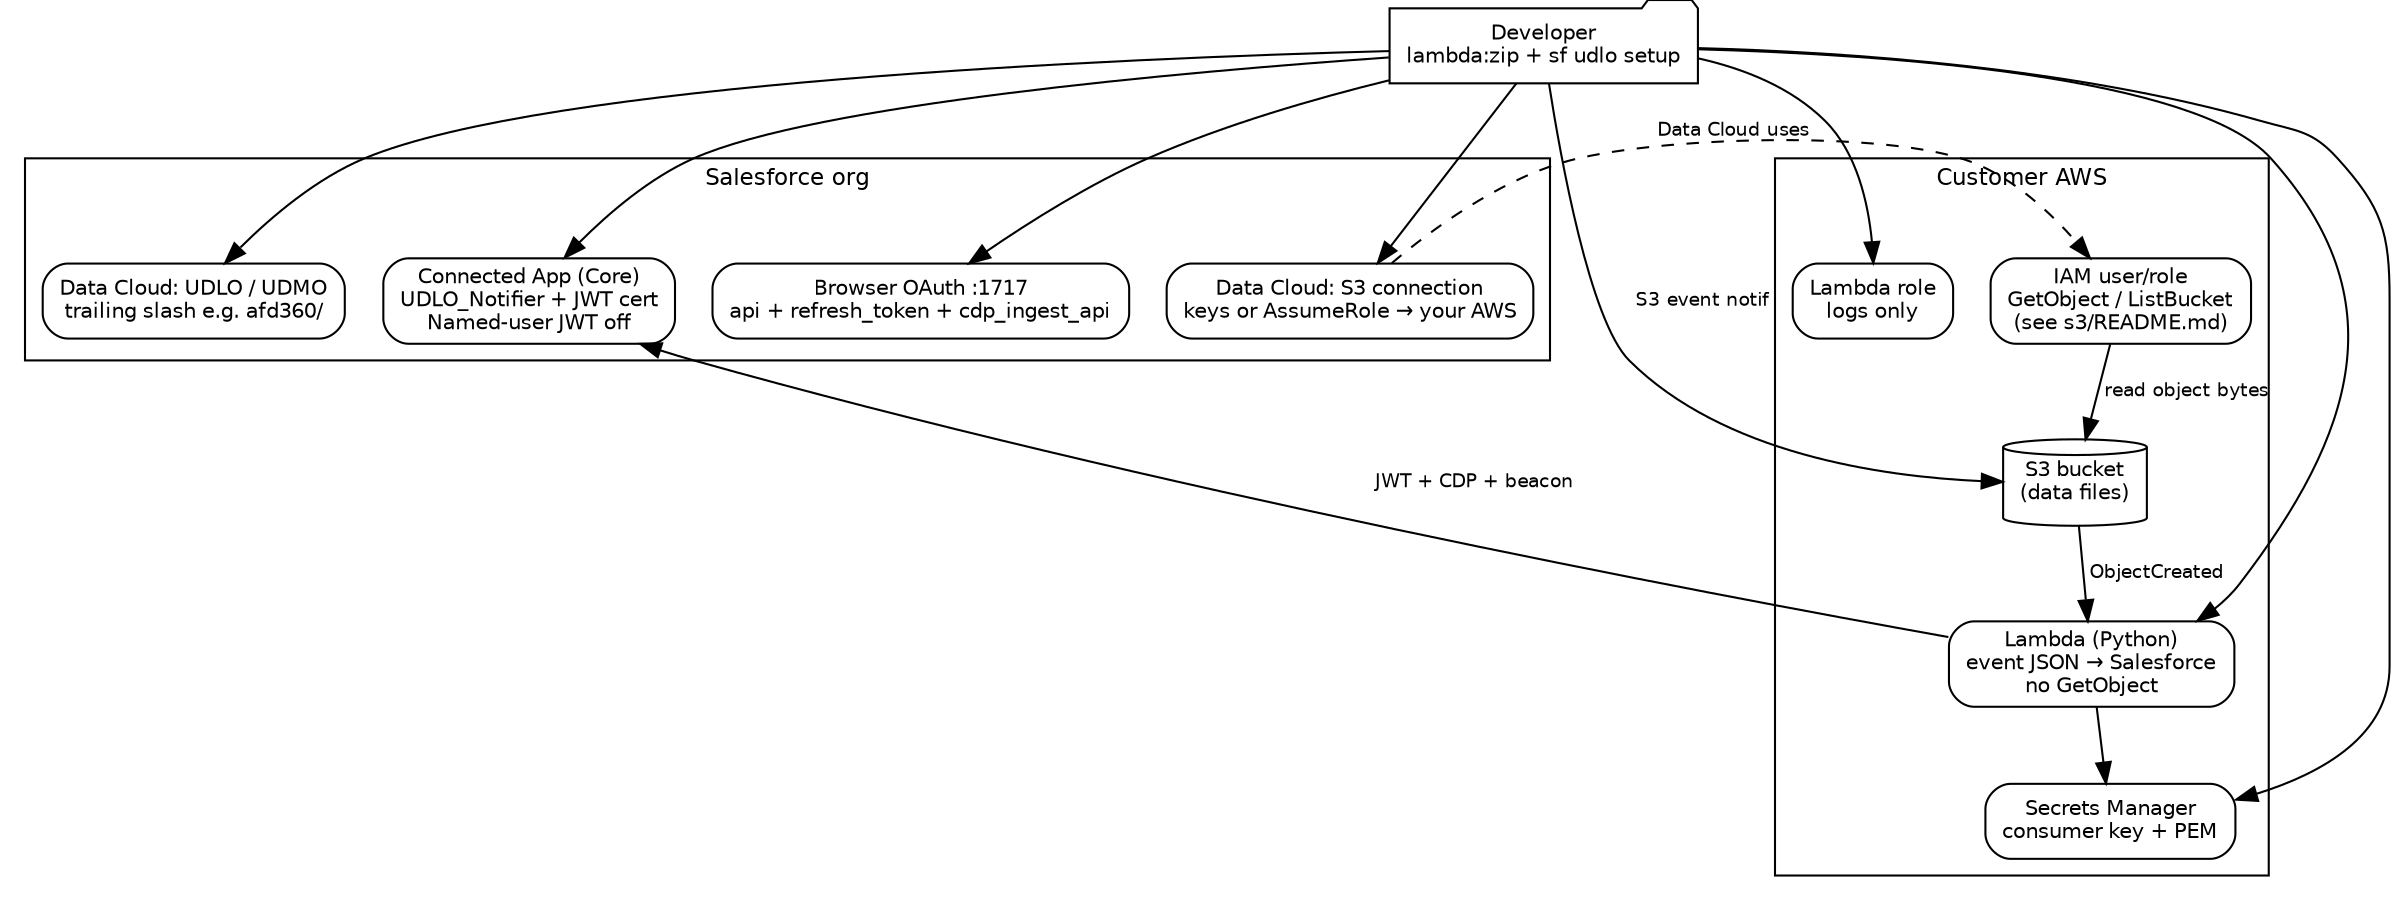
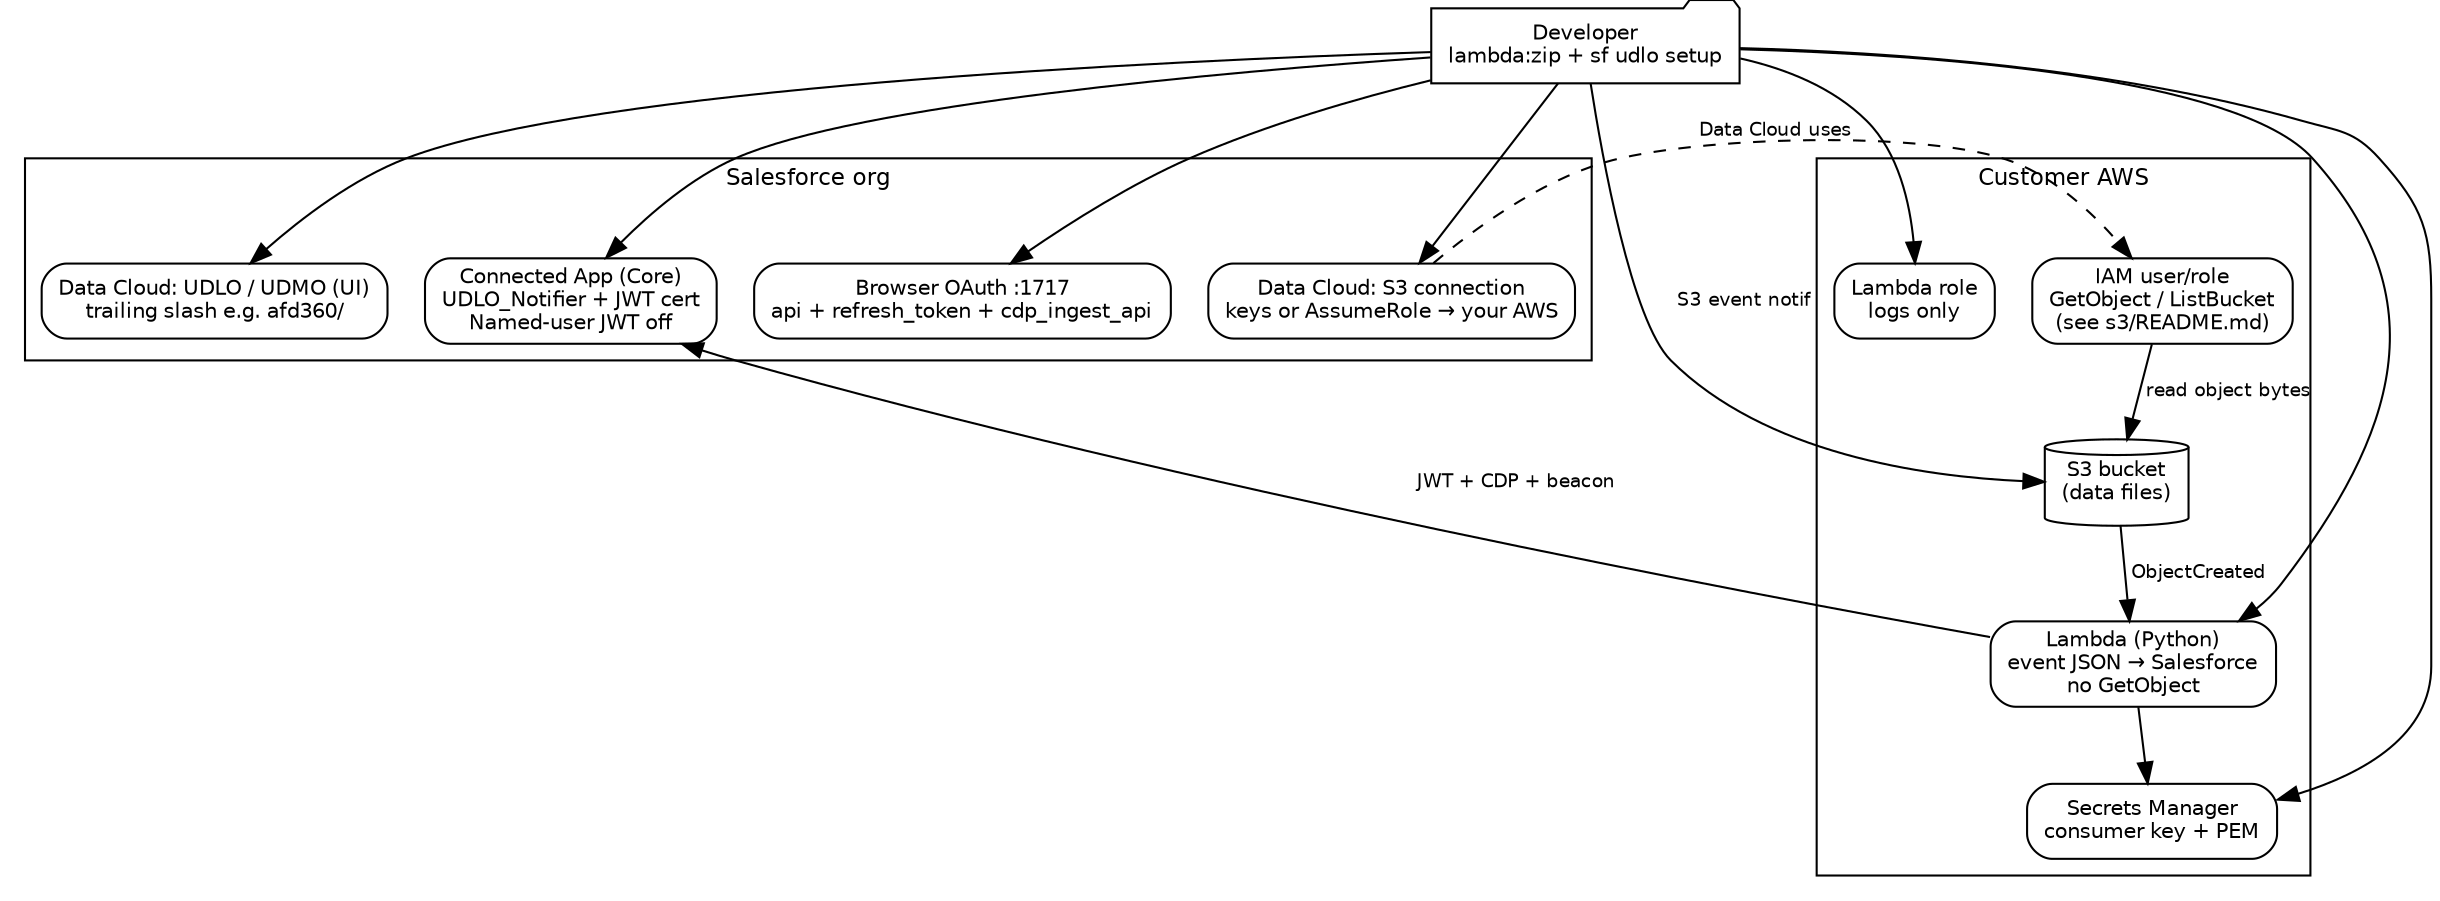
// udlo-notifier pipeline (Graphviz DOT — no npm; install Graphviz CLI only)
// Render:  cd docs && dot -Tsvg architecture.dot -o architecture.svg
digraph {
  graph [fontname="Helvetica", fontsize=11];
  node [fontname="Helvetica", fontsize=10, shape=box, style=rounded];
  edge [fontname="Helvetica", fontsize=9];

  rankdir=TB;

  dev [label="Developer\nlambda:zip + sf udlo setup", shape=folder];

  subgraph cluster_sf {
    label="Salesforce org";
    labelloc=t;
    fontsize=11;

    cap [label="Connected App (Core)\nUDLO_Notifier + JWT cert\nNamed-user JWT off"];
    oauth [label="Browser OAuth :1717\napi + refresh_token + cdp_ingest_api"];
    s3conn [label="Data Cloud: S3 connection\nkeys or AssumeRole → your AWS"];
-     udlo [label="Data Cloud: UDLO / UDMO\ntrailing slash e.g. afd360/"];
+     udlo [label="Data Cloud: UDLO / UDMO (UI)\ntrailing slash e.g. afd360/"];
  }

  subgraph cluster_aws {
    label="Customer AWS";
    labelloc=t;
    fontsize=11;

    bucket [label="S3 bucket\n(data files)", shape=cylinder];
    iamdc [label="IAM user/role\nGetObject / ListBucket\n(see s3/README.md)"];
    secrets [label="Secrets Manager\nconsumer key + PEM"];
    lamrole [label="Lambda role\nlogs only"];
    lambda [label="Lambda (Python)\nevent JSON → Salesforce\nno GetObject"];
  }

  dev -> { cap oauth s3conn udlo secrets lamrole lambda };
  dev -> bucket [label=" S3 event notif "];

  s3conn -> iamdc [label=" Data Cloud uses ", style=dashed];
  iamdc -> bucket [label=" read object bytes "];

  bucket -> lambda [label=" ObjectCreated "];
  lambda -> secrets;
  lambda -> cap [label=" JWT + CDP + beacon "];
}
